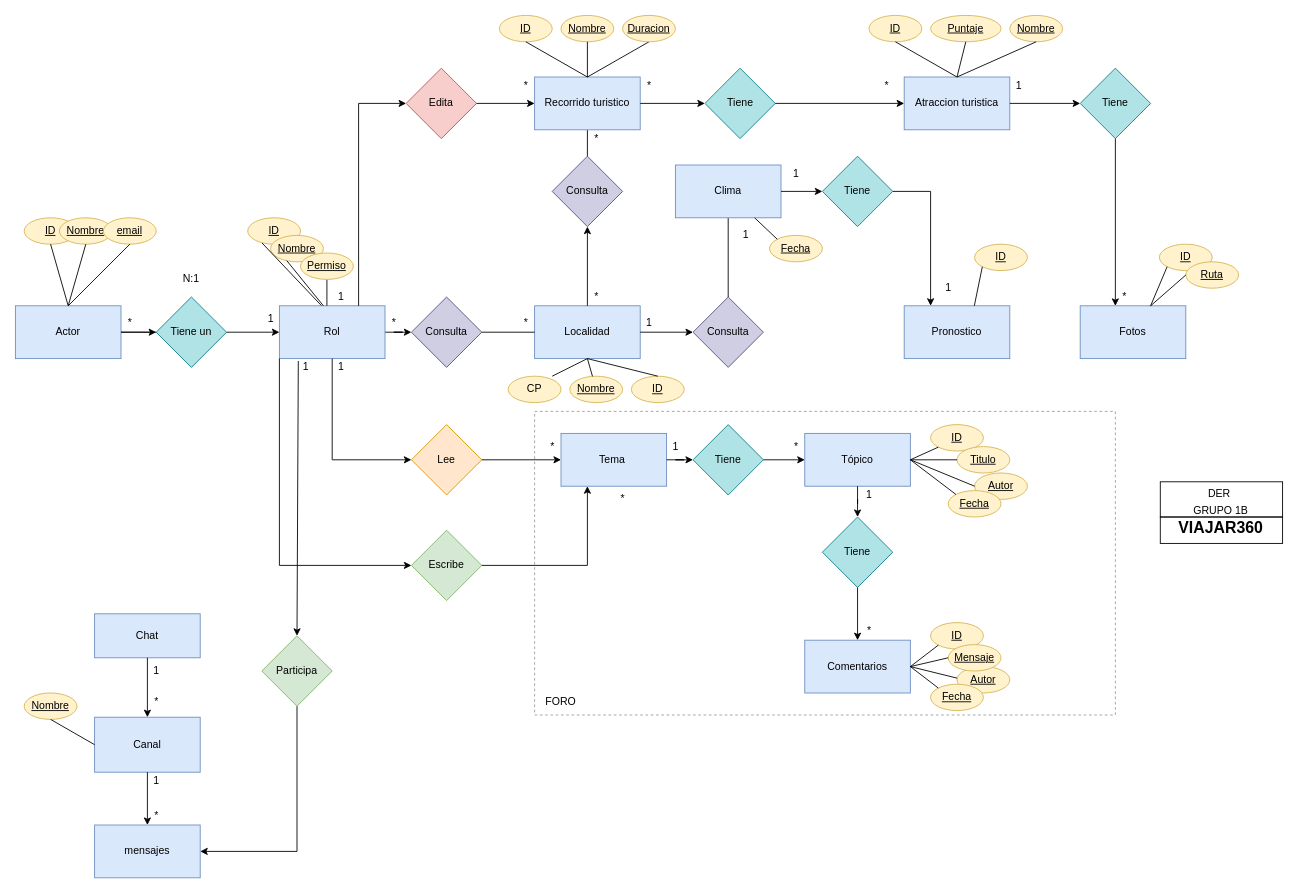
This is viajar360-documentos/ISPC.drawio from classroomEntreRios/proyecto-g1b-proyecto-g1b, a draw.io file, before an edit. Source tidied: cells renumbered, new cells numbered last; positions are measured from the earlier drawing's top-left corner, leaving out a move shared by most shapes. Both pictures are drawn from the tidied source at 88%, with x=0, y=0 at pixel (15, 15).
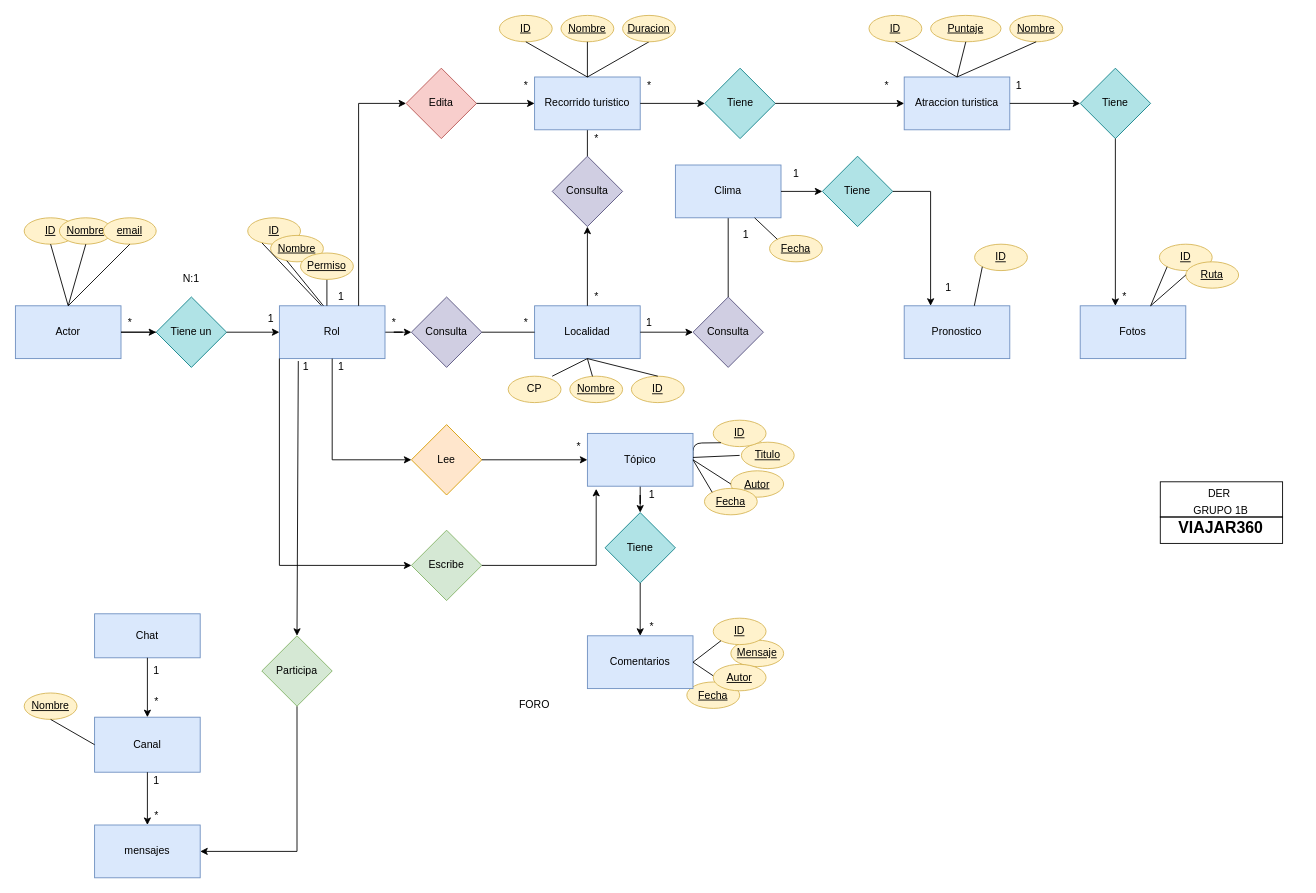
The same page after the edit.

Unchanged cells that the change refers to:
```xml
<mxCell id="13" value="Lee" style="rhombus;whiteSpace=wrap;html=1;fillColor=#ffe6cc;strokeColor=#d79b00;" parent="1" vertex="1">
  <mxGeometry x="450" y="465" width="80" height="80" as="geometry" />
</mxCell>
<mxCell id="14" value="Escribe" style="rhombus;whiteSpace=wrap;html=1;fillColor=#d5e8d4;strokeColor=#82b366;" parent="1" vertex="1">
  <mxGeometry x="450" y="585" width="80" height="80" as="geometry" />
</mxCell>
```

Change to the diagram source:
```diff
@@
-    <mxCell id="17" value="Tiene" style="rhombus;whiteSpace=wrap;html=1;fillColor=#b0e3e6;strokeColor=#0e8088;" parent="1" vertex="1">
-      <mxGeometry x="770" y="465" width="80" height="80" as="geometry" />
-    </mxCell>
-    <mxCell id="18" value="Tiene" style="rhombus;whiteSpace=wrap;html=1;fillColor=#b0e3e6;strokeColor=#0e8088;" parent="1" vertex="1">
-      <mxGeometry x="917" y="570" width="80" height="80" as="geometry" />
-    </mxCell>
@@
-    <mxCell id="52" style="group;" parent="1" vertex="1">
-      <mxGeometry x="600" y="475" width="650" height="320" as="geometry" />
-    </mxCell>
-    <mxCell id="53" style="rounded=0;whiteSpace=wrap;html=1;fillColor=none;shadow=0;strokeColor=#9C9C9C;dashed=1;" parent="52" vertex="1">
-      <mxGeometry x="-10" y="-25" width="660" height="345" as="geometry" />
-    </mxCell>
-    <mxCell id="54" value="Tema&amp;nbsp;" style="whiteSpace=wrap;html=1;fillColor=#dae8fc;strokeColor=#6c8ebf;" parent="52" vertex="1">
-      <mxGeometry x="20" width="120" height="60" as="geometry" />
-    </mxCell>
-    <mxCell id="55" value="*" style="text;html=1;align=center;verticalAlign=middle;" parent="52" vertex="1">
-      <mxGeometry x="80" y="65" width="20" height="20" as="geometry" />
-    </mxCell>
-    <mxCell id="56" value="*" style="text;html=1;align=center;verticalAlign=middle;" parent="52" vertex="1">
-      <mxGeometry y="5" width="20" height="20" as="geometry" />
-    </mxCell>
-    <mxCell id="57" value="1" style="text;html=1;align=center;verticalAlign=middle;" parent="52" vertex="1">
-      <mxGeometry x="140" y="5" width="20" height="20" as="geometry" />
-    </mxCell>
-    <mxCell id="58" value="FORO" style="text;html=1;strokeColor=none;fillColor=none;align=center;verticalAlign=middle;whiteSpace=wrap;rounded=0;" parent="52" vertex="1">
-      <mxGeometry y="295" width="40" height="20" as="geometry" />
-    </mxCell>
-    <mxCell id="59" value="&lt;u&gt;Autor&lt;/u&gt;" style="ellipse;whiteSpace=wrap;html=1;fillColor=#fff2cc;strokeColor=#d6b656;" parent="52" vertex="1">
-      <mxGeometry x="490" y="45" width="60" height="30" as="geometry" />
-    </mxCell>
-    <mxCell id="60" value="&lt;u&gt;Autor&lt;/u&gt;" style="ellipse;whiteSpace=wrap;html=1;fillColor=#fff2cc;strokeColor=#d6b656;" parent="52" vertex="1">
-      <mxGeometry x="470" y="265" width="60" height="30" as="geometry" />
-    </mxCell>
-    <mxCell id="61" value="&lt;u&gt;Fecha&lt;/u&gt;" style="ellipse;whiteSpace=wrap;html=1;fillColor=#fff2cc;strokeColor=#d6b656;" parent="52" vertex="1">
-      <mxGeometry x="460" y="65" width="60" height="30" as="geometry" />
-    </mxCell>
-    <mxCell id="62" value="&lt;u&gt;Fecha&lt;/u&gt;" style="ellipse;whiteSpace=wrap;html=1;fillColor=#fff2cc;strokeColor=#d6b656;" parent="52" vertex="1">
-      <mxGeometry x="440" y="285" width="60" height="30" as="geometry" />
-    </mxCell>
-    <mxCell id="63" style="edgeStyle=orthogonalEdgeStyle;rounded=0;jettySize=auto;html=1;exitX=1;exitY=0.5;exitDx=0;exitDy=0;entryX=0;entryY=0.5;entryDx=0;entryDy=0;" parent="1" edge="1" source="13" target="54">
+    <mxCell id="63" style="edgeStyle=orthogonalEdgeStyle;rounded=0;jettySize=auto;html=1;exitX=1;exitY=0.5;exitDx=0;exitDy=0;entryX=0;entryY=0.5;entryDx=0;entryDy=0;" parent="1" edge="1" source="13" target="87">
       <mxGeometry x="30" y="120" as="geometry" />
     </mxCell>
-    <mxCell id="64" style="edgeStyle=orthogonalEdgeStyle;rounded=0;jettySize=auto;html=1;exitX=1;exitY=0.5;exitDx=0;exitDy=0;" parent="1" edge="1" source="14" target="54">
+    <mxCell id="64" style="edgeStyle=orthogonalEdgeStyle;rounded=0;jettySize=auto;html=1;exitX=1;exitY=0.5;exitDx=0;exitDy=0;" parent="1" edge="1" source="14">
       <mxGeometry x="30" y="120" as="geometry">
+        <mxPoint x="660" y="538" as="targetPoint" />
         <Array as="points">
-          <mxPoint x="650" y="625" />
+          <mxPoint x="660" y="625" />
         </Array>
       </mxGeometry>
     </mxCell>
-    <mxCell id="65" style="edgeStyle=orthogonalEdgeStyle;rounded=0;jettySize=auto;html=1;exitX=1;exitY=0.5;exitDx=0;exitDy=0;" parent="1" edge="1" source="54" target="17">
-      <mxGeometry x="30" y="120" as="geometry" />
-    </mxCell>
@@
-    <mxCell id="86" style="group;" parent="1" vertex="1">
-      <mxGeometry x="877" y="475" width="140" height="80" as="geometry" />
-    </mxCell>
-    <mxCell id="87" value="Tópico" style="whiteSpace=wrap;html=1;fillColor=#dae8fc;strokeColor=#6c8ebf;" parent="86" vertex="1">
-      <mxGeometry x="20" width="120" height="60" as="geometry" />
-    </mxCell>
-    <mxCell id="88" value="1" style="text;html=1;align=center;verticalAlign=middle;" parent="86" vertex="1">
-      <mxGeometry x="83" y="60" width="20" height="20" as="geometry" />
-    </mxCell>
-    <mxCell id="89" value="*" style="text;html=1;align=center;verticalAlign=middle;" parent="86" vertex="1">
-      <mxGeometry y="5" width="20" height="20" as="geometry" />
-    </mxCell>
-    <mxCell id="90" style="edgeStyle=orthogonalEdgeStyle;rounded=0;jettySize=auto;html=1;exitX=1;exitY=0.5;exitDx=0;exitDy=0;" parent="1" edge="1" source="17" target="87">
-      <mxGeometry x="30" y="120" as="geometry" />
-    </mxCell>
-    <mxCell id="91" style="edgeStyle=orthogonalEdgeStyle;rounded=0;jettySize=auto;html=1;entryX=0.5;entryY=0;entryDx=0;entryDy=0;" parent="1" edge="1" source="87" target="18">
-      <mxGeometry x="30" y="120" as="geometry" />
-    </mxCell>
-    <mxCell id="92" style="group;" parent="1" vertex="1">
-      <mxGeometry x="897" y="690" width="120" height="80" as="geometry" />
-    </mxCell>
-    <mxCell id="93" value="Comentarios" style="whiteSpace=wrap;html=1;fillColor=#dae8fc;strokeColor=#6c8ebf;" parent="92" vertex="1">
-      <mxGeometry y="20" width="120" height="60" as="geometry" />
-    </mxCell>
-    <mxCell id="94" style="edgeStyle=none;rounded=0;jettySize=auto;html=1;" parent="92" edge="1" source="95" target="93">
-      <mxGeometry relative="1" as="geometry" />
-    </mxCell>
-    <mxCell id="95" value="*" style="text;html=1;align=center;verticalAlign=middle;points=[];" parent="92" vertex="1">
-      <mxGeometry x="63" width="20" height="20" as="geometry" />
-    </mxCell>
-    <mxCell id="96" style="edgeStyle=orthogonalEdgeStyle;rounded=0;jettySize=auto;html=1;exitX=0.5;exitY=1;exitDx=0;exitDy=0;" parent="1" edge="1" source="18" target="93">
-      <mxGeometry x="30" y="120" as="geometry" />
-    </mxCell>
@@
-    <mxCell id="107" value="&lt;u&gt;ID&lt;/u&gt;" style="ellipse;whiteSpace=wrap;html=1;fillColor=#fff2cc;strokeColor=#d6b656;" parent="1" vertex="1">
-      <mxGeometry x="1040" y="465" width="60" height="30" as="geometry" />
-    </mxCell>
-    <mxCell id="108" value="&lt;u&gt;ID&lt;/u&gt;" style="ellipse;whiteSpace=wrap;html=1;fillColor=#fff2cc;strokeColor=#d6b656;" parent="1" vertex="1">
-      <mxGeometry x="1040" y="690" width="60" height="30" as="geometry" />
-    </mxCell>
@@
-    <mxCell id="117" value="&lt;u&gt;Titulo&lt;/u&gt;" style="ellipse;whiteSpace=wrap;html=1;fillColor=#fff2cc;strokeColor=#d6b656;" parent="1" vertex="1">
-      <mxGeometry x="1070" y="490" width="60" height="30" as="geometry" />
-    </mxCell>
-    <mxCell id="118" value="&lt;u&gt;Mensaje&lt;br&gt;&lt;/u&gt;" style="ellipse;whiteSpace=wrap;html=1;fillColor=#fff2cc;strokeColor=#d6b656;" parent="1" vertex="1">
-      <mxGeometry x="1060" y="715" width="60" height="30" as="geometry" />
-    </mxCell>
-    <mxCell id="119" style="edgeStyle=none;rounded=0;orthogonalLoop=1;jettySize=auto;html=1;exitX=1;exitY=0;exitDx=0;exitDy=0;" parent="1" edge="1" source="118" target="118">
-      <mxGeometry relative="1" as="geometry" />
-    </mxCell>
@@
-    <mxCell id="125" style="endArrow=none;html=1;entryX=0;entryY=0.5;entryDx=0;entryDy=0;" parent="1" edge="1" source="87" target="117">
-      <mxGeometry relative="1" as="geometry" />
-    </mxCell>
-    <mxCell id="126" style="endArrow=none;html=1;exitX=1;exitY=0.5;exitDx=0;exitDy=0;entryX=0;entryY=1;entryDx=0;entryDy=0;" parent="1" edge="1" source="87" target="107">
-      <mxGeometry relative="1" as="geometry" />
-    </mxCell>
-    <mxCell id="127" style="endArrow=none;html=1;entryX=1;entryY=0.5;entryDx=0;entryDy=0;exitX=0;exitY=1;exitDx=0;exitDy=0;" parent="1" edge="1" source="108" target="93">
-      <mxGeometry relative="1" as="geometry" />
-    </mxCell>
-    <mxCell id="128" style="endArrow=none;html=1;entryX=1;entryY=0.5;entryDx=0;entryDy=0;exitX=0;exitY=0.5;exitDx=0;exitDy=0;" parent="1" edge="1" source="118" target="93">
-      <mxGeometry relative="1" as="geometry" />
-    </mxCell>
-    <mxCell id="129" style="endArrow=none;html=1;entryX=1;entryY=0.5;entryDx=0;entryDy=0;exitX=0;exitY=0.5;exitDx=0;exitDy=0;" parent="1" edge="1" source="59" target="87">
-      <mxGeometry relative="1" as="geometry" />
-    </mxCell>
-    <mxCell id="130" style="endArrow=none;html=1;entryX=1;entryY=0.5;entryDx=0;entryDy=0;exitX=0;exitY=0;exitDx=0;exitDy=0;" parent="1" edge="1" source="61" target="87">
-      <mxGeometry relative="1" as="geometry" />
-    </mxCell>
-    <mxCell id="131" style="endArrow=none;html=1;entryX=1;entryY=0.5;entryDx=0;entryDy=0;exitX=0.004;exitY=0.438;exitDx=0;exitDy=0;exitPerimeter=0;" parent="1" edge="1" source="60" target="93">
-      <mxGeometry relative="1" as="geometry" />
-    </mxCell>
-    <mxCell id="132" style="endArrow=none;html=1;entryX=1;entryY=0.5;entryDx=0;entryDy=0;exitX=0;exitY=0;exitDx=0;exitDy=0;" parent="1" edge="1" source="62" target="93">
-      <mxGeometry relative="1" as="geometry" />
-    </mxCell>
@@
+    <mxCell id="58" value="FORO" style="text;html=1;strokeColor=none;fillColor=none;align=center;verticalAlign=middle;whiteSpace=wrap;rounded=0;" parent="1" vertex="1">
+      <mxGeometry x="570" y="772.5" width="40" height="20" as="geometry" />
+    </mxCell>
+    <mxCell id="117" value="&lt;u&gt;Titulo&lt;/u&gt;" style="ellipse;whiteSpace=wrap;html=1;fillColor=#fff2cc;strokeColor=#d6b656;" parent="1" vertex="1">
+      <mxGeometry x="825" y="485" width="60" height="30" as="geometry" />
+    </mxCell>
+    <mxCell id="118" value="&lt;u&gt;Mensaje&lt;br&gt;&lt;/u&gt;" style="ellipse;whiteSpace=wrap;html=1;fillColor=#fff2cc;strokeColor=#d6b656;" parent="1" vertex="1">
+      <mxGeometry x="813" y="710" width="60" height="30" as="geometry" />
+    </mxCell>
+    <mxCell id="163" value="&lt;u&gt;Autor&lt;/u&gt;" style="ellipse;whiteSpace=wrap;html=1;fillColor=#fff2cc;strokeColor=#d6b656;" parent="1" vertex="1">
+      <mxGeometry x="813" y="517.5" width="60" height="30" as="geometry" />
+    </mxCell>
+    <mxCell id="164" value="&lt;u&gt;Fecha&lt;/u&gt;" style="ellipse;whiteSpace=wrap;html=1;fillColor=#fff2cc;strokeColor=#d6b656;" parent="1" vertex="1">
+      <mxGeometry x="763" y="757.5" width="60" height="30" as="geometry" />
+    </mxCell>
+    <mxCell id="165" style="group;" parent="1" vertex="1">
+      <mxGeometry x="650" y="460" width="203" height="307.5" as="geometry" />
+    </mxCell>
+    <mxCell id="166" value="Tiene" style="rhombus;whiteSpace=wrap;html=1;fillColor=#b0e3e6;strokeColor=#0e8088;" parent="165" vertex="1">
+      <mxGeometry x="20" y="105" width="80" height="80" as="geometry" />
+    </mxCell>
+    <mxCell id="167" style="edgeStyle=orthogonalEdgeStyle;rounded=0;jettySize=auto;html=1;entryX=0.5;entryY=0;entryDx=0;entryDy=0;" parent="165" edge="1" source="87" target="166">
+      <mxGeometry x="-897" y="-405" as="geometry" />
+    </mxCell>
+    <mxCell id="168" style="group;" parent="165" vertex="1">
+      <mxGeometry y="225" width="120" height="80" as="geometry" />
+    </mxCell>
+    <mxCell id="93" value="Comentarios" style="whiteSpace=wrap;html=1;fillColor=#dae8fc;strokeColor=#6c8ebf;" parent="168" vertex="1">
+      <mxGeometry y="20" width="120" height="60" as="geometry" />
+    </mxCell>
+    <mxCell id="94" style="edgeStyle=none;rounded=0;jettySize=auto;html=1;" parent="168" edge="1" source="95" target="93">
+      <mxGeometry relative="1" as="geometry" />
+    </mxCell>
+    <mxCell id="95" value="*" style="text;html=1;align=center;verticalAlign=middle;points=[];" parent="168" vertex="1">
+      <mxGeometry x="63" width="20" height="20" as="geometry" />
+    </mxCell>
+    <mxCell id="169" style="edgeStyle=orthogonalEdgeStyle;rounded=0;jettySize=auto;html=1;exitX=0.5;exitY=1;exitDx=0;exitDy=0;" parent="165" edge="1" source="166" target="93">
+      <mxGeometry x="-897" y="-405" as="geometry" />
+    </mxCell>
+    <mxCell id="170" value="&lt;u&gt;ID&lt;/u&gt;" style="ellipse;whiteSpace=wrap;html=1;fillColor=#fff2cc;strokeColor=#d6b656;" parent="165" vertex="1">
+      <mxGeometry x="143" width="60" height="30" as="geometry" />
+    </mxCell>
+    <mxCell id="171" value="&lt;u&gt;ID&lt;/u&gt;" style="ellipse;whiteSpace=wrap;html=1;fillColor=#fff2cc;strokeColor=#d6b656;" parent="165" vertex="1">
+      <mxGeometry x="143" y="225" width="60" height="30" as="geometry" />
+    </mxCell>
+    <mxCell id="119" style="edgeStyle=none;rounded=0;orthogonalLoop=1;jettySize=auto;html=1;exitX=1;exitY=0;exitDx=0;exitDy=0;" parent="165" edge="1" source="118" target="118">
+      <mxGeometry relative="1" as="geometry" />
+    </mxCell>
+    <mxCell id="172" style="endArrow=none;html=1;exitX=1;exitY=0.5;exitDx=0;exitDy=0;entryX=0;entryY=1;entryDx=0;entryDy=0;" parent="165" edge="1" source="87" target="170">
+      <mxGeometry relative="1" as="geometry">
+        <Array as="points">
+          <mxPoint x="120" y="26" />
+        </Array>
+      </mxGeometry>
+    </mxCell>
+    <mxCell id="173" style="endArrow=none;html=1;entryX=1;entryY=0.5;entryDx=0;entryDy=0;exitX=0;exitY=1;exitDx=0;exitDy=0;" parent="165" edge="1" source="171" target="93">
+      <mxGeometry relative="1" as="geometry" />
+    </mxCell>
+    <mxCell id="174" style="endArrow=none;html=1;entryX=1;entryY=0.5;entryDx=0;entryDy=0;exitX=0.004;exitY=0.438;exitDx=0;exitDy=0;exitPerimeter=0;" parent="165" edge="1" source="175" target="93">
+      <mxGeometry relative="1" as="geometry" />
+    </mxCell>
+    <mxCell id="175" value="&lt;u&gt;Autor&lt;/u&gt;" style="ellipse;whiteSpace=wrap;html=1;fillColor=#fff2cc;strokeColor=#d6b656;" parent="165" vertex="1">
+      <mxGeometry x="143" y="277.5" width="60" height="30" as="geometry" />
+    </mxCell>
+    <mxCell id="176" value="&lt;u&gt;Fecha&lt;/u&gt;" style="ellipse;whiteSpace=wrap;html=1;fillColor=#fff2cc;strokeColor=#d6b656;" parent="165" vertex="1">
+      <mxGeometry x="133" y="77.5" width="60" height="30" as="geometry" />
+    </mxCell>
+    <mxCell id="177" style="group;" parent="165" vertex="1">
+      <mxGeometry x="-20" y="15" width="140" height="80" as="geometry" />
+    </mxCell>
+    <mxCell id="87" value="Tópico" style="whiteSpace=wrap;html=1;fillColor=#dae8fc;strokeColor=#6c8ebf;" parent="177" vertex="1">
+      <mxGeometry x="20" width="120" height="60" as="geometry" />
+    </mxCell>
+    <mxCell id="88" value="1" style="text;html=1;align=center;verticalAlign=middle;" parent="177" vertex="1">
+      <mxGeometry x="83" y="60" width="20" height="20" as="geometry" />
+    </mxCell>
+    <mxCell id="178" value="*" style="text;html=1;align=center;verticalAlign=middle;" parent="177" vertex="1">
+      <mxGeometry y="5" width="20" height="20" as="geometry" />
+    </mxCell>
+    <mxCell id="179" style="endArrow=none;html=1;entryX=1;entryY=0.5;entryDx=0;entryDy=0;exitX=0;exitY=0;exitDx=0;exitDy=0;" parent="165" edge="1" source="176" target="87">
+      <mxGeometry relative="1" as="geometry" />
+    </mxCell>
+    <mxCell id="180" style="endArrow=none;html=1;entryX=0;entryY=0.5;entryDx=0;entryDy=0;" parent="1" edge="1" source="87">
+      <mxGeometry relative="1" as="geometry">
+        <mxPoint x="823" y="500" as="targetPoint" />
+      </mxGeometry>
+    </mxCell>
+    <mxCell id="181" style="endArrow=none;html=1;entryX=1;entryY=0.5;entryDx=0;entryDy=0;exitX=0;exitY=0.5;exitDx=0;exitDy=0;" parent="1" edge="1" source="163" target="87">
+      <mxGeometry relative="1" as="geometry" />
+    </mxCell>
```
